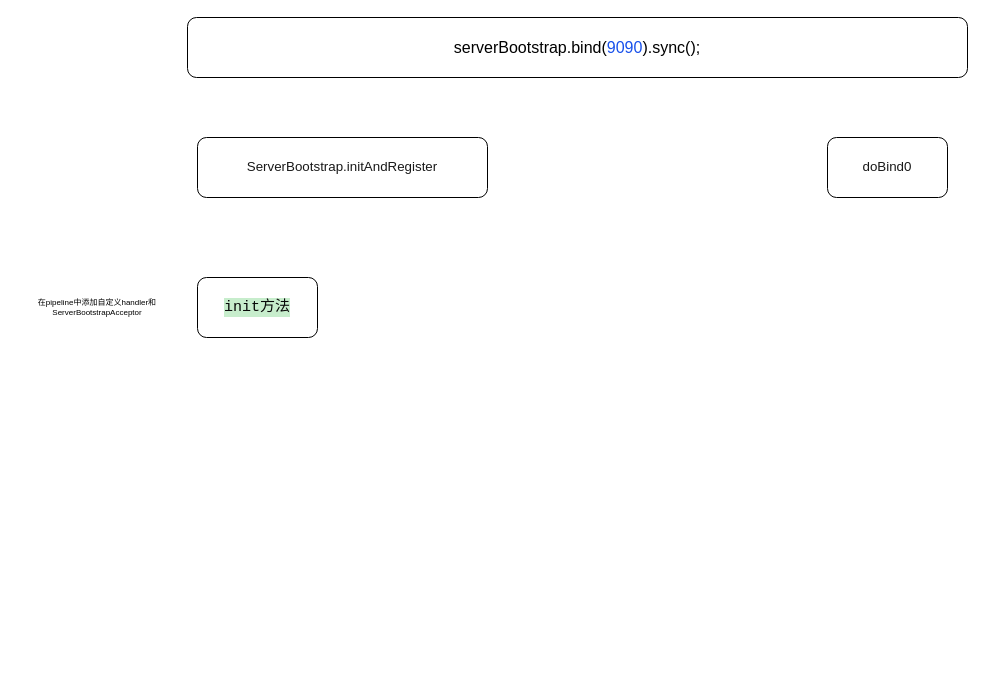
This is netty.drawio from qinhaohao1114/my-draw, a draw.io file, before an edit. Source tidied: cells renumbered, new cells numbered last; positions are measured from the earlier drawing's top-left corner, leaving out a move shared by most shapes. Both pictures are drawn from the tidied source at 100%, with x=0, y=0 at pixel (17, 17).
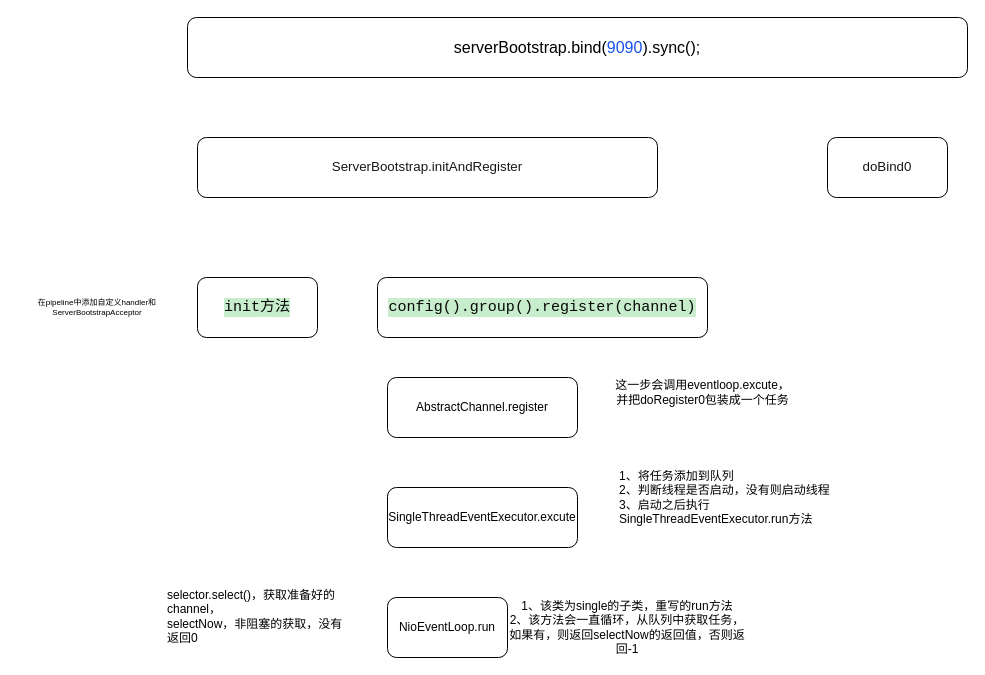
After the change.

The edit, as a diff of the source:
```diff
@@
 <mxGraphModel>
   <root>
     <mxCell id="0" />
     <mxCell id="1" parent="0" />
     <mxCell id="2" value="&lt;p style=&quot;font-size: medium ; margin: 0px&quot;&gt;&lt;span style=&quot;font-family: &amp;#34;jetbrains mono,monospace&amp;#34; ; font-size: 12pt&quot;&gt; serverBootstrap.bind(&lt;/span&gt;&lt;span style=&quot;font-family: &amp;#34;jetbrains mono,monospace&amp;#34; ; font-size: 12pt ; color: rgb(23 , 80 , 235)&quot;&gt;9090&lt;/span&gt;&lt;span style=&quot;font-family: &amp;#34;jetbrains mono,monospace&amp;#34; ; font-size: 12pt&quot;&gt;).sync();&lt;/span&gt;&lt;/p&gt;" style="rounded=1;whiteSpace=wrap;html=1;" parent="1" vertex="1">
       <mxGeometry x="170" width="780" height="60" as="geometry" />
     </mxCell>
     <mxCell id="3" value="&lt;p align=&quot;center&quot; style=&quot;font-size: medium ; margin: 0px ; line-height: 1px&quot;&gt;&lt;span style=&quot;font-size: 10pt ; color: rgb(25 , 25 , 25)&quot;&gt;ServerBootstrap.initAndRegister&lt;/span&gt;&lt;/p&gt;" style="rounded=1;whiteSpace=wrap;html=1;" parent="1" vertex="1">
-      <mxGeometry x="180" y="120" width="290" height="60" as="geometry" />
+      <mxGeometry x="180" y="120" width="460" height="60" as="geometry" />
     </mxCell>
     <mxCell id="4" value="&lt;p align=&quot;center&quot; style=&quot;font-size: medium ; margin: 0px ; line-height: 1px&quot;&gt;&lt;span style=&quot;font-size: 10pt ; color: rgb(25 , 25 , 25)&quot;&gt;doBind0&lt;/span&gt;&lt;/p&gt;" style="rounded=1;whiteSpace=wrap;html=1;" parent="1" vertex="1">
       <mxGeometry x="810" y="120" width="120" height="60" as="geometry" />
     </mxCell>
     <mxCell id="5" value="&lt;pre style=&quot;background-color: #c7edcc ; color: #080808 ; font-family: &amp;#34;jetbrains mono&amp;#34; , monospace ; font-size: 11.3pt&quot;&gt;init方法&lt;/pre&gt;" style="rounded=1;whiteSpace=wrap;html=1;" parent="1" vertex="1">
       <mxGeometry x="180" y="260" width="120" height="60" as="geometry" />
     </mxCell>
     <mxCell id="6" value="&lt;p style=&quot;margin: 0px ; font-size: 8px&quot;&gt;&lt;span style=&quot;font-family: &amp;#34;arial&amp;#34; ; font-size: 8px&quot;&gt;在&lt;/span&gt;&lt;span style=&quot;font-family: &amp;#34;jetbrains mono,monospace&amp;#34; ; font-size: 8px&quot;&gt;pipeline中添加自定义handler和ServerBootstrapAcceptor&lt;/span&gt;&lt;/p&gt;" style="text;html=1;strokeColor=none;fillColor=none;align=center;verticalAlign=middle;whiteSpace=wrap;rounded=0;" parent="1" vertex="1">
       <mxGeometry y="280" width="160" height="20" as="geometry" />
     </mxCell>
+    <mxCell id="7" value="&lt;pre style=&quot;background-color: #c7edcc ; color: #080808 ; font-family: &amp;#34;jetbrains mono&amp;#34; , monospace ; font-size: 11.3pt&quot;&gt;config().group().register(channel)&lt;/pre&gt;" style="rounded=1;whiteSpace=wrap;html=1;" parent="1" vertex="1">
+      <mxGeometry x="360" y="260" width="330" height="60" as="geometry" />
+    </mxCell>
+    <mxCell id="8" value="AbstractChannel.register" style="rounded=1;whiteSpace=wrap;html=1;" parent="1" vertex="1">
+      <mxGeometry x="370" y="360" width="190" height="60" as="geometry" />
+    </mxCell>
+    <mxCell id="9" value="这一步会调用eventloop.excute，&lt;br&gt;并把doRegister0包装成一个任务" style="text;html=1;align=center;verticalAlign=middle;" parent="1" vertex="1">
+      <mxGeometry x="590" y="360" width="190" height="30" as="geometry" />
+    </mxCell>
+    <mxCell id="10" value="SingleThreadEventExecutor.excute" style="rounded=1;whiteSpace=wrap;html=1;" parent="1" vertex="1">
+      <mxGeometry x="370" y="470" width="190" height="60" as="geometry" />
+    </mxCell>
+    <mxCell id="11" value="1、将任务添加到队列&lt;br&gt;&lt;div&gt;&lt;span&gt;2、判断线程是否启动，没有则启动线程&lt;/span&gt;&lt;/div&gt;&lt;div&gt;&lt;span&gt;3、启动之后执行&lt;/span&gt;&lt;/div&gt;&lt;span style=&quot;text-align: center&quot;&gt;SingleThreadEventExecutor.run方法&lt;/span&gt;" style="text;html=1;strokeColor=none;fillColor=none;align=left;verticalAlign=middle;whiteSpace=wrap;rounded=0;" parent="1" vertex="1">
+      <mxGeometry x="600" y="470" width="220" height="20" as="geometry" />
+    </mxCell>
+    <mxCell id="12" value="NioEventLoop.run" style="rounded=1;whiteSpace=wrap;html=1;" parent="1" vertex="1">
+      <mxGeometry x="370" y="580" width="120" height="60" as="geometry" />
+    </mxCell>
+    <mxCell id="13" value="1、该类为single的子类，重写的run方法&lt;br&gt;2、该方法会一直循环，从队列中获取任务，如果有，则返回selectNow的返回值，否则返回-1" style="text;html=1;strokeColor=none;fillColor=none;align=center;verticalAlign=middle;whiteSpace=wrap;rounded=0;" parent="1" vertex="1">
+      <mxGeometry x="490" y="600" width="240" height="20" as="geometry" />
+    </mxCell>
+    <mxCell id="14" value="&lt;h1&gt;&lt;br&gt;&lt;/h1&gt;&lt;div&gt;selector.select()，获取准备好的channel，&lt;/div&gt;&lt;div&gt;selectNow，非阻塞的获取，没有返回0&lt;/div&gt;" style="text;html=1;strokeColor=none;fillColor=none;spacing=5;spacingTop=-20;whiteSpace=wrap;overflow=hidden;rounded=0;" parent="1" vertex="1">
+      <mxGeometry x="145" y="520" width="190" height="120" as="geometry" />
+    </mxCell>
   </root>
 </mxGraphModel>
```
